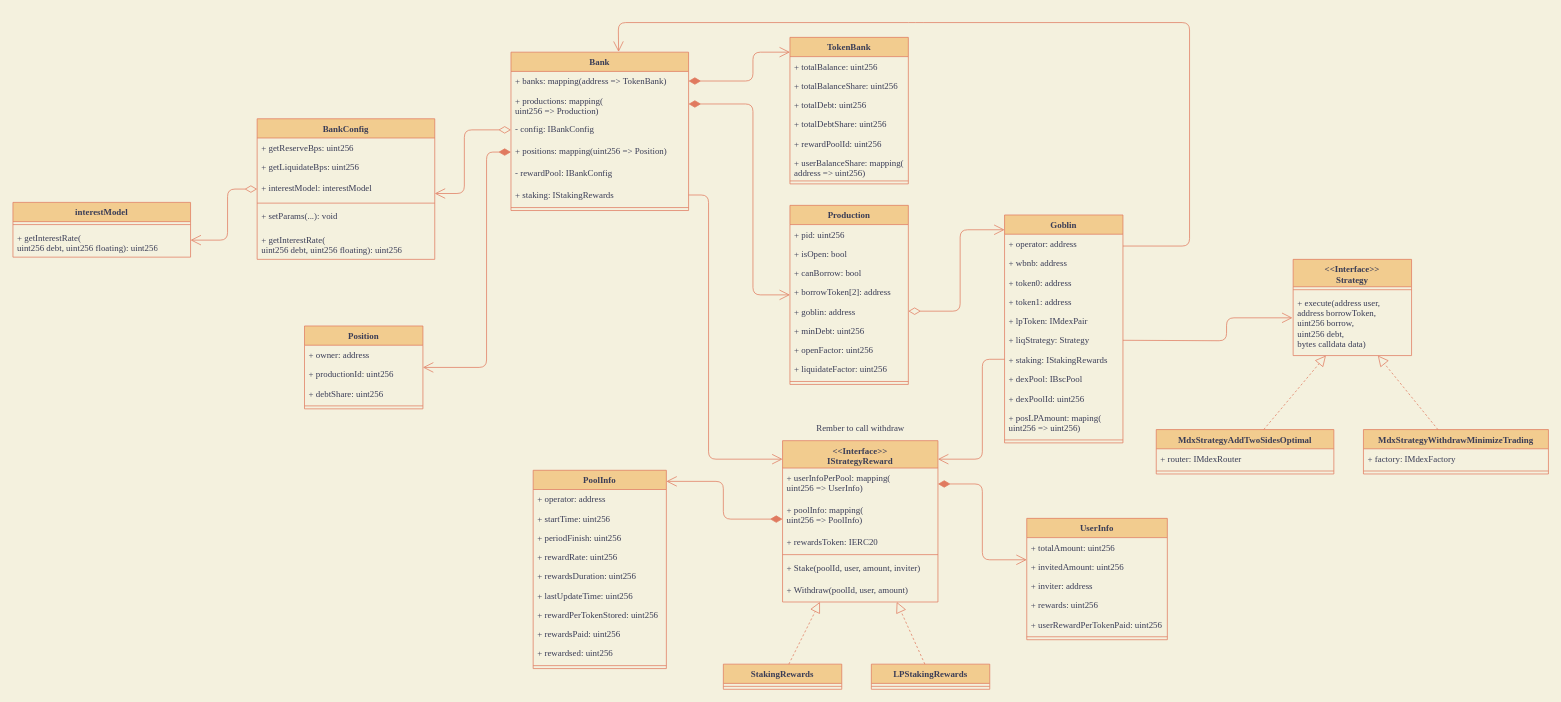
Earlier version of the draw.io diagram diagrams/ClassDiagram.drawio (taoyafan/DeMaContract). Source tidied: cells renumbered, new cells numbered last; positions are measured from the earlier drawing's top-left corner, leaving out a move shared by most shapes. Both pictures are drawn from the tidied source at 74%, with x=0, y=0 at pixel (13, 22).
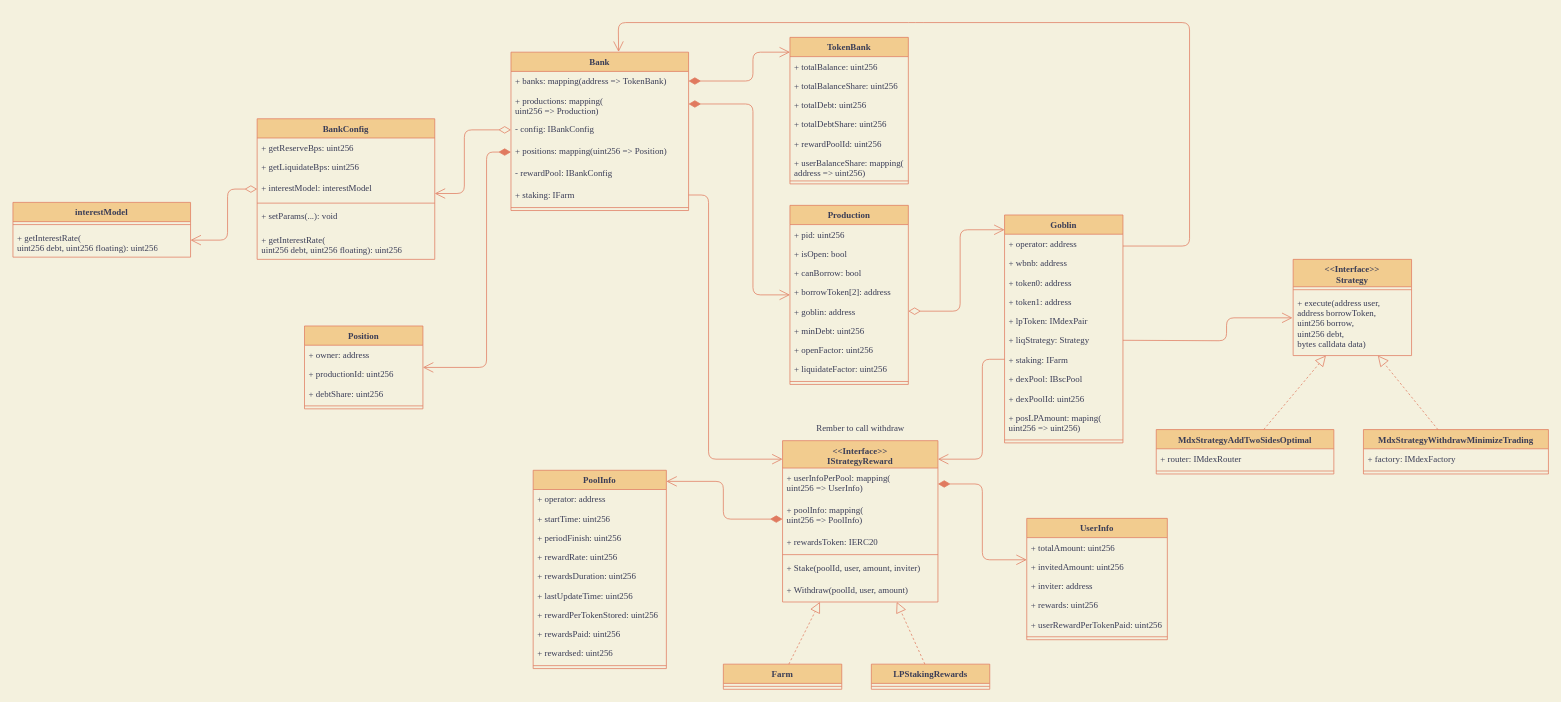
Above is the later version.

Commit message (it also covers changes not shown here):
Change params StakingRewards to Farm.

The change refers to these unchanged cells:
```xml
<mxCell id="2" value="Bank" style="swimlane;fontStyle=1;align=center;verticalAlign=top;horizontal=1;startSize=26;fillColor=#F2CC8F;strokeColor=#E07A5F;fontColor=#393C56;fontFamily=Times New Roman;" parent="1" vertex="1">
  <mxGeometry x="673" y="40" width="240" height="214" as="geometry" />
</mxCell>
<mxCell id="49" value="Goblin" style="swimlane;fontStyle=1;align=center;verticalAlign=top;horizontal=1;startSize=26;fillColor=#F2CC8F;strokeColor=#E07A5F;fontColor=#393C56;fontFamily=Times New Roman;" parent="1" vertex="1">
  <mxGeometry x="1340" y="260" width="160" height="308" as="geometry" />
</mxCell>
```

Change to the diagram source:
```diff
@@
-    <mxCell id="8" value="+ staking: IStakingRewards" style="text;strokeColor=none;fillColor=none;align=left;verticalAlign=top;spacingLeft=4;spacingRight=4;overflow=hidden;points=[[0,0.5],[1,0.5]];portConstraint=eastwest;fontColor=#393C56;fontFamily=Times New Roman;" parent="2" vertex="1">
+    <mxCell id="8" value="+ staking: IFarm" style="text;strokeColor=none;fillColor=none;align=left;verticalAlign=top;spacingLeft=4;spacingRight=4;overflow=hidden;points=[[0,0.5],[1,0.5]];portConstraint=eastwest;fontColor=#393C56;fontFamily=Times New Roman;" parent="2" vertex="1">
       <mxGeometry y="180" width="240" height="26" as="geometry" />
     </mxCell>
@@
-    <mxCell id="56" value="+ staking: IStakingRewards" style="text;strokeColor=none;fillColor=none;align=left;verticalAlign=top;spacingLeft=4;spacingRight=4;overflow=hidden;points=[[0,0.5],[1,0.5]];portConstraint=eastwest;fontColor=#393C56;fontFamily=Times New Roman;" parent="49" vertex="1">
+    <mxCell id="56" value="+ staking: IFarm" style="text;strokeColor=none;fillColor=none;align=left;verticalAlign=top;spacingLeft=4;spacingRight=4;overflow=hidden;points=[[0,0.5],[1,0.5]];portConstraint=eastwest;fontColor=#393C56;fontFamily=Times New Roman;" parent="49" vertex="1">
       <mxGeometry y="182" width="160" height="26" as="geometry" />
     </mxCell>
@@
-    <mxCell id="62" value="StakingRewards" style="swimlane;fontStyle=1;align=center;verticalAlign=top;horizontal=1;startSize=26;fillColor=#F2CC8F;strokeColor=#E07A5F;fontColor=#393C56;fontFamily=Times New Roman;" parent="1" vertex="1">
+    <mxCell id="62" value="Farm" style="swimlane;fontStyle=1;align=center;verticalAlign=top;horizontal=1;startSize=26;fillColor=#F2CC8F;strokeColor=#E07A5F;fontColor=#393C56;fontFamily=Times New Roman;" parent="1" vertex="1">
       <mxGeometry x="960" y="867" width="160" height="34" as="geometry" />
     </mxCell>
```
